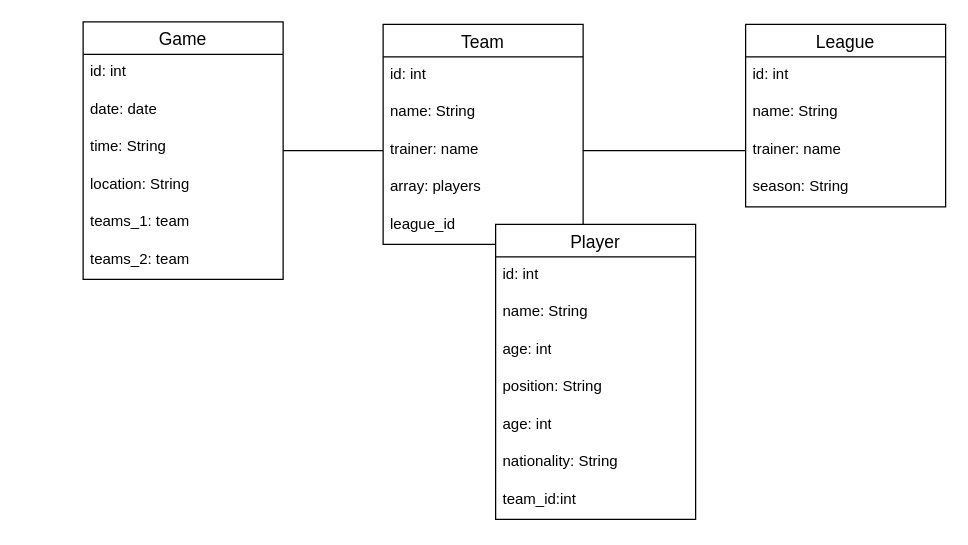
The draw.io diagram KN-M-02/Logisches.drawio in KennethTBZ/m165, before the edit. Source tidied: cells renumbered, new cells numbered last; positions are measured from the earlier drawing's top-left corner, leaving out a move shared by most shapes. Both pictures are drawn from the tidied source at 125%, with x=0, y=0 at pixel (82, 21).
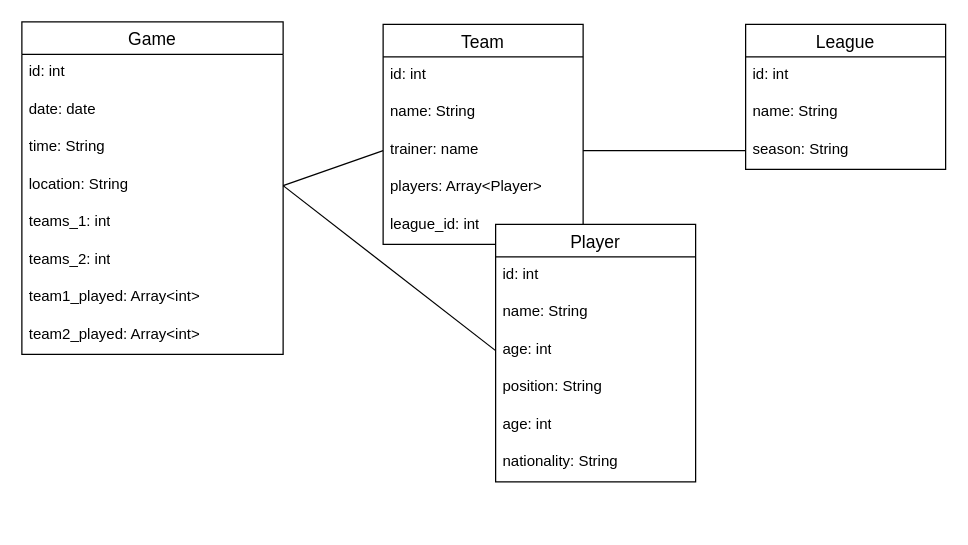
After the change.

Unchanged cells that the change refers to:
```xml
<mxCell id="14" value="Team" style="swimlane;fontStyle=0;horizontal=1;startSize=26;align=center;fontSize=14;" parent="1" vertex="1">
  <mxGeometry x="240" y="2" width="160" height="176" as="geometry" />
</mxCell>
<mxCell id="17" value="trainer: name" style="text;strokeColor=none;fillColor=none;spacingLeft=4;spacingRight=4;overflow=hidden;points=[[0,0.5],[1,0.5]];portConstraint=eastwest;fontSize=12;whiteSpace=wrap;html=1;" parent="14" vertex="1">
  <mxGeometry y="86" width="160" height="30" as="geometry" />
</mxCell>
<mxCell id="24" value="age: int" style="text;strokeColor=none;fillColor=none;spacingLeft=4;spacingRight=4;overflow=hidden;points=[[0,0.5],[1,0.5]];portConstraint=eastwest;fontSize=12;whiteSpace=wrap;html=1;" parent="21" vertex="1">
  <mxGeometry y="86" width="160" height="30" as="geometry" />
</mxCell>
```

Diff of the diagram source:
```diff
@@
     <mxCell id="2" value="Game" style="swimlane;fontStyle=0;horizontal=1;startSize=26;align=center;fontSize=14;" parent="1" vertex="1">
-      <mxGeometry width="160" height="206" as="geometry" />
+      <mxGeometry x="-49" width="209" height="266" as="geometry" />
     </mxCell>
     <mxCell id="3" value="id: int" style="text;strokeColor=none;fillColor=none;spacingLeft=4;spacingRight=4;overflow=hidden;fontSize=12;whiteSpace=wrap;html=1;" parent="2" vertex="1">
-      <mxGeometry y="26" width="160" height="30" as="geometry" />
+      <mxGeometry y="26" width="209" height="30" as="geometry" />
     </mxCell>
     <mxCell id="4" value="date: date" style="text;strokeColor=none;fillColor=none;spacingLeft=4;spacingRight=4;overflow=hidden;fontSize=12;whiteSpace=wrap;html=1;" parent="2" vertex="1">
-      <mxGeometry y="56" width="160" height="30" as="geometry" />
+      <mxGeometry y="56" width="209" height="30" as="geometry" />
     </mxCell>
     <mxCell id="5" value="time: String" style="text;strokeColor=none;fillColor=none;spacingLeft=4;spacingRight=4;overflow=hidden;fontSize=12;whiteSpace=wrap;html=1;" parent="2" vertex="1">
-      <mxGeometry y="86" width="160" height="30" as="geometry" />
+      <mxGeometry y="86" width="209" height="30" as="geometry" />
     </mxCell>
     <mxCell id="6" value="location: String" style="text;strokeColor=none;fillColor=none;spacingLeft=4;spacingRight=4;overflow=hidden;points=[[0,0.5],[1,0.5]];portConstraint=eastwest;fontSize=12;whiteSpace=wrap;html=1;" parent="2" vertex="1">
-      <mxGeometry y="116" width="160" height="30" as="geometry" />
+      <mxGeometry y="116" width="209" height="30" as="geometry" />
     </mxCell>
-    <mxCell id="7" value="teams_1: team" style="text;strokeColor=none;fillColor=none;spacingLeft=4;spacingRight=4;overflow=hidden;fontSize=12;whiteSpace=wrap;html=1;" parent="2" vertex="1">
-      <mxGeometry y="146" width="160" height="30" as="geometry" />
+    <mxCell id="7" value="teams_1: int" style="text;strokeColor=none;fillColor=none;spacingLeft=4;spacingRight=4;overflow=hidden;fontSize=12;whiteSpace=wrap;html=1;" parent="2" vertex="1">
+      <mxGeometry y="146" width="209" height="30" as="geometry" />
     </mxCell>
-    <mxCell id="8" value="teams_2: team" style="text;strokeColor=none;fillColor=none;spacingLeft=4;spacingRight=4;overflow=hidden;fontSize=12;whiteSpace=wrap;html=1;" parent="2" vertex="1">
-      <mxGeometry y="176" width="160" height="30" as="geometry" />
+    <mxCell id="8" value="teams_2: int" style="text;strokeColor=none;fillColor=none;spacingLeft=4;spacingRight=4;overflow=hidden;fontSize=12;whiteSpace=wrap;html=1;" parent="2" vertex="1">
+      <mxGeometry y="176" width="209" height="30" as="geometry" />
     </mxCell>
+    <mxCell id="30" value="team1_played: Array&amp;lt;int&amp;gt;" style="text;strokeColor=none;fillColor=none;spacingLeft=4;spacingRight=4;overflow=hidden;fontSize=12;whiteSpace=wrap;html=1;" parent="2" vertex="1">
+      <mxGeometry y="206" width="209" height="30" as="geometry" />
+    </mxCell>
+    <mxCell id="31" value="team2_played: Array&amp;lt;int&amp;gt;" style="text;strokeColor=none;fillColor=none;spacingLeft=4;spacingRight=4;overflow=hidden;fontSize=12;whiteSpace=wrap;html=1;" parent="2" vertex="1">
+      <mxGeometry y="236" width="209" height="30" as="geometry" />
+    </mxCell>
     <mxCell id="9" value="League" style="swimlane;fontStyle=0;horizontal=1;startSize=26;align=center;fontSize=14;" parent="1" vertex="1">
-      <mxGeometry x="530" y="2" width="160" height="146" as="geometry" />
+      <mxGeometry x="530" y="2" width="160" height="116" as="geometry" />
     </mxCell>
@@
-    <mxCell id="12" value="trainer: name" style="text;strokeColor=none;fillColor=none;spacingLeft=4;spacingRight=4;overflow=hidden;points=[[0,0.5],[1,0.5]];portConstraint=eastwest;fontSize=12;whiteSpace=wrap;html=1;" parent="9" vertex="1">
-      <mxGeometry y="86" width="160" height="30" as="geometry" />
-    </mxCell>
     <mxCell id="13" value="season: String" style="text;strokeColor=none;fillColor=none;spacingLeft=4;spacingRight=4;overflow=hidden;fontSize=12;whiteSpace=wrap;html=1;" parent="9" vertex="1">
-      <mxGeometry y="116" width="160" height="30" as="geometry" />
+      <mxGeometry y="86" width="160" height="30" as="geometry" />
     </mxCell>
@@
-    <mxCell id="18" value="array: players" style="text;strokeColor=none;fillColor=none;spacingLeft=4;spacingRight=4;overflow=hidden;fontSize=12;whiteSpace=wrap;html=1;" parent="14" vertex="1">
+    <mxCell id="18" value="players: Array&amp;lt;Player&amp;gt;" style="text;strokeColor=none;fillColor=none;spacingLeft=4;spacingRight=4;overflow=hidden;fontSize=12;whiteSpace=wrap;html=1;" parent="14" vertex="1">
       <mxGeometry y="116" width="160" height="30" as="geometry" />
     </mxCell>
-    <mxCell id="19" value="league_id" style="text;strokeColor=none;fillColor=none;spacingLeft=4;spacingRight=4;overflow=hidden;fontSize=12;whiteSpace=wrap;html=1;" parent="14" vertex="1">
+    <mxCell id="19" value="league_id: int" style="text;strokeColor=none;fillColor=none;spacingLeft=4;spacingRight=4;overflow=hidden;fontSize=12;whiteSpace=wrap;html=1;" parent="14" vertex="1">
       <mxGeometry y="146" width="160" height="30" as="geometry" />
     </mxCell>
-    <mxCell id="20" style="endArrow=none;html=1;rounded=0;entryX=0;entryY=0.5;entryDx=0;entryDy=0;exitX=1;exitY=0.5;exitDx=0;exitDy=0;" parent="1" edge="1" source="17" target="12">
-      <mxGeometry relative="1" as="geometry" />
+    <mxCell id="20" style="endArrow=none;html=1;rounded=0;entryX=0;entryY=0.5;entryDx=0;entryDy=0;exitX=1;exitY=0.5;exitDx=0;exitDy=0;" parent="1" edge="1" source="17">
+      <mxGeometry relative="1" as="geometry">
+        <mxPoint x="530" y="103" as="targetPoint" />
+      </mxGeometry>
     </mxCell>
     <mxCell id="21" value="Player" style="swimlane;fontStyle=0;horizontal=1;startSize=26;align=center;fontSize=14;" parent="1" vertex="1">
-      <mxGeometry x="330" y="162" width="160" height="236" as="geometry" />
+      <mxGeometry x="330" y="162" width="160" height="206" as="geometry" />
     </mxCell>
@@
-    <mxCell id="28" value="team_id:int" style="text;strokeColor=none;fillColor=none;spacingLeft=4;spacingRight=4;overflow=hidden;fontSize=12;whiteSpace=wrap;html=1;" parent="21" vertex="1">
-      <mxGeometry y="206" width="160" height="30" as="geometry" />
-    </mxCell>
-    <mxCell id="29" style="endArrow=none;html=1;rounded=0;exitX=1;exitY=0.5;exitDx=0;exitDy=0;entryX=0;entryY=0.5;entryDx=0;entryDy=0;" parent="1" edge="1" source="2" target="17">
+    <mxCell id="29" style="endArrow=none;html=1;rounded=0;exitX=1;exitY=0.5;exitDx=0;exitDy=0;entryX=0;entryY=0.5;entryDx=0;entryDy=0;" parent="1" edge="1" source="6" target="17">
       <mxGeometry relative="1" as="geometry" />
     </mxCell>
+    <mxCell id="32" style="endArrow=none;html=1;rounded=0;entryX=1;entryY=0.5;entryDx=0;entryDy=0;exitX=0;exitY=0.5;exitDx=0;exitDy=0;" parent="1" edge="1" source="24" target="6">
+      <mxGeometry relative="1" as="geometry" />
+    </mxCell>
```
